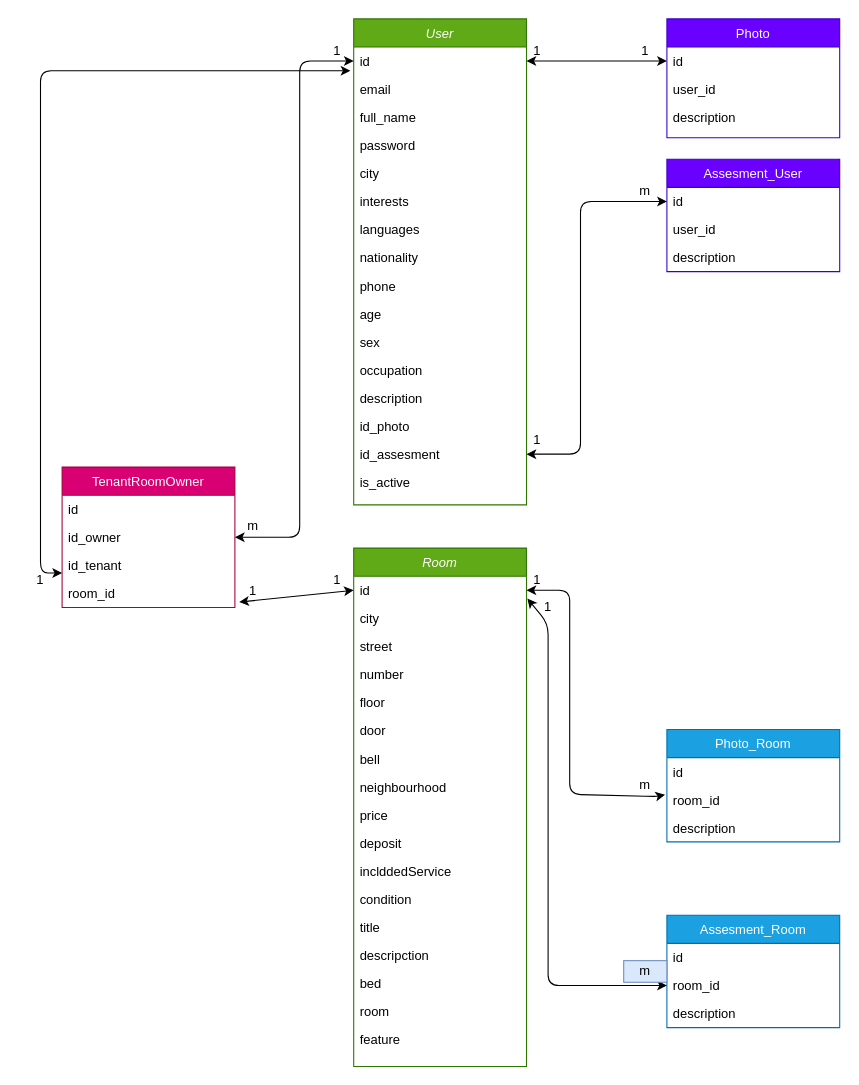
Above: src/Untitled Diagram.drawio in fsdexter/WellPut (draw.io), before the change. Source tidied: cells renumbered, new cells numbered last; positions are measured from the earlier drawing's top-left corner, leaving out a move shared by most shapes. Both pictures are drawn from the tidied source at 108%, with x=0, y=0 at pixel (18, 18).
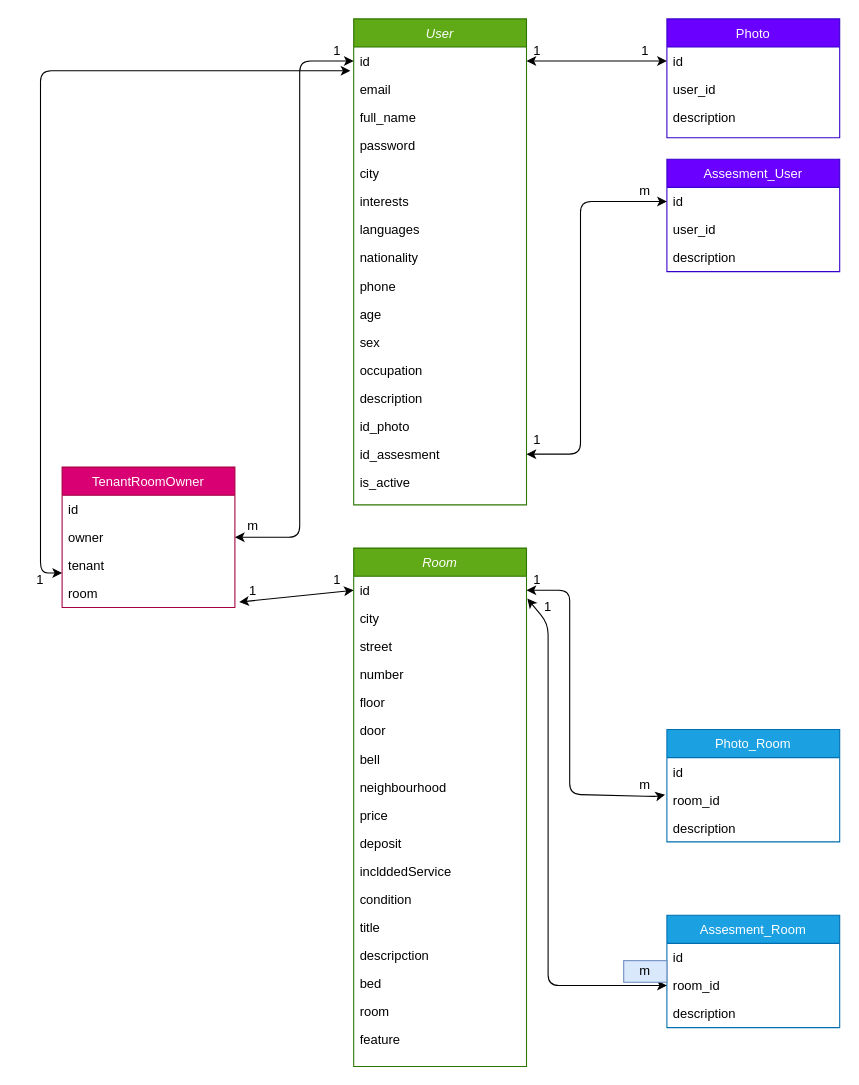
The same page after the edit.

The change refers to these unchanged cells:
```xml
<mxCell id="55" value="TenantRoomOwner" style="swimlane;fontStyle=0;align=center;verticalAlign=top;horizontal=1;startSize=26;rounded=0;shadow=0;strokeWidth=1;fillColor=#d80073;strokeColor=#A50040;fontColor=#ffffff;" parent="1" vertex="1">
  <mxGeometry x="40" y="415" width="160" height="130" as="geometry" />
</mxCell>
```

Change to the diagram source:
```diff
@@
-    <mxCell id="57" value="id_owner" style="text;align=left;verticalAlign=top;spacingLeft=4;spacingRight=4;overflow=hidden;rounded=0;shadow=0;html=0;" parent="55" vertex="1">
+    <mxCell id="57" value="owner" style="text;align=left;verticalAlign=top;spacingLeft=4;spacingRight=4;overflow=hidden;rounded=0;shadow=0;html=0;" parent="55" vertex="1">
       <mxGeometry y="52" width="160" height="26" as="geometry" />
     </mxCell>
-    <mxCell id="58" value="id_tenant" style="text;align=left;verticalAlign=top;spacingLeft=4;spacingRight=4;overflow=hidden;points=[[0,0.5],[1,0.5]];portConstraint=eastwest;rounded=0;shadow=0;html=0;" parent="55" vertex="1">
+    <mxCell id="58" value="tenant" style="text;align=left;verticalAlign=top;spacingLeft=4;spacingRight=4;overflow=hidden;points=[[0,0.5],[1,0.5]];portConstraint=eastwest;rounded=0;shadow=0;html=0;" parent="55" vertex="1">
       <mxGeometry y="78" width="160" height="26" as="geometry" />
     </mxCell>
-    <mxCell id="59" value="room_id" style="text;align=left;verticalAlign=top;spacingLeft=4;spacingRight=4;overflow=hidden;points=[[0,0.5],[1,0.5]];portConstraint=eastwest;rounded=0;shadow=0;html=0;" parent="55" vertex="1">
+    <mxCell id="59" value="room" style="text;align=left;verticalAlign=top;spacingLeft=4;spacingRight=4;overflow=hidden;points=[[0,0.5],[1,0.5]];portConstraint=eastwest;rounded=0;shadow=0;html=0;" parent="55" vertex="1">
       <mxGeometry y="104" width="160" height="26" as="geometry" />
     </mxCell>
```
